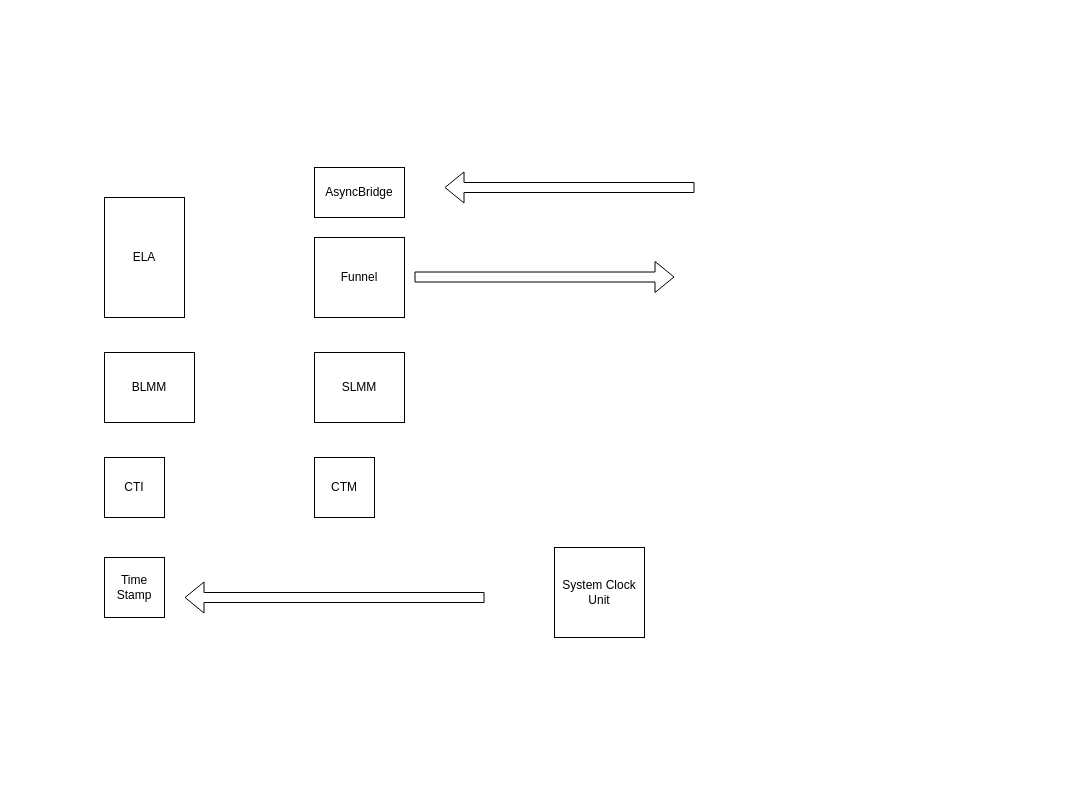
Above: page "Page-7" (7 of 7) of Untitled Diagram.drawio in ASIC-Design/test (draw.io), before the change. Source tidied: cells renumbered, new cells numbered last; positions are measured from the earlier drawing's top-left corner, leaving out a move shared by most shapes. Both pictures are drawn from the tidied source at 100%, with x=0, y=0 at pixel (104, 167).
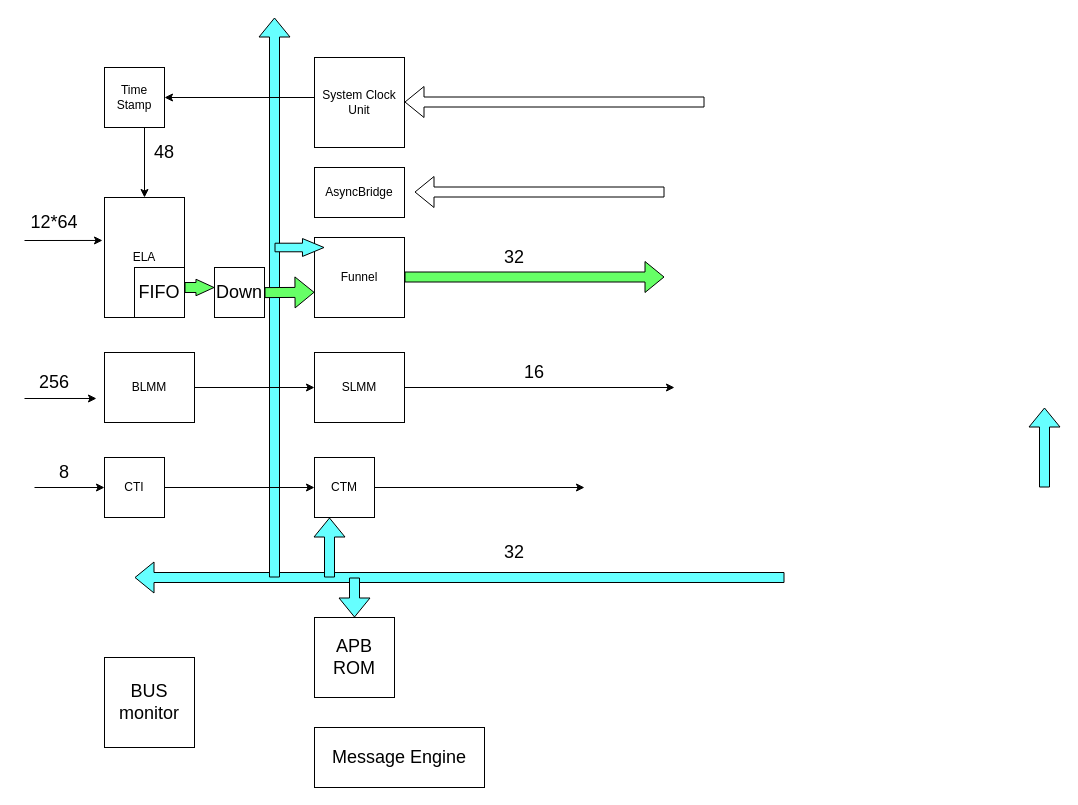
The same diagram, later.

Unchanged cells that the change refers to:
```xml
<mxCell id="2" value="ELA" style="rounded=0;whiteSpace=wrap;html=1;" parent="1" vertex="1">
  <mxGeometry y="30" width="80" height="120" as="geometry" />
</mxCell>
<mxCell id="3" value="BLMM" style="rounded=0;whiteSpace=wrap;html=1;" parent="1" vertex="1">
  <mxGeometry y="185" width="90" height="70" as="geometry" />
</mxCell>
<mxCell id="5" value="SLMM" style="rounded=0;whiteSpace=wrap;html=1;" parent="1" vertex="1">
  <mxGeometry x="210" y="185" width="90" height="70" as="geometry" />
</mxCell>
<mxCell id="6" value="CTI" style="whiteSpace=wrap;html=1;" parent="1" vertex="1">
  <mxGeometry y="290" width="60" height="60" as="geometry" />
</mxCell>
<mxCell id="7" value="CTM" style="whiteSpace=wrap;html=1;" parent="1" vertex="1">
  <mxGeometry x="210" y="290" width="60" height="60" as="geometry" />
</mxCell>
```

Change to the diagram source:
```diff
@@
     <mxCell id="8" style="shape=flexArrow;endArrow=classic;html=1;rounded=0;" parent="1" edge="1">
       <mxGeometry relative="1" as="geometry">
-        <mxPoint x="590" y="20" as="sourcePoint" />
-        <mxPoint x="340" y="20" as="targetPoint" />
+        <mxPoint x="560" y="24.5" as="sourcePoint" />
+        <mxPoint x="310" y="24.5" as="targetPoint" />
       </mxGeometry>
     </mxCell>
-    <mxCell id="9" style="shape=flexArrow;endArrow=classic;html=1;rounded=0;" parent="1" edge="1">
+    <mxCell id="9" style="shape=flexArrow;endArrow=classic;html=1;rounded=0;fillColor=#66FF66;" parent="1" edge="1">
       <mxGeometry relative="1" as="geometry">
-        <mxPoint x="310" y="109.5" as="sourcePoint" />
-        <mxPoint x="570" y="109.5" as="targetPoint" />
+        <mxPoint x="300" y="109.5" as="sourcePoint" />
+        <mxPoint x="560" y="109.5" as="targetPoint" />
       </mxGeometry>
     </mxCell>
@@
     <mxCell id="11" value="Time Stamp" style="whiteSpace=wrap;html=1;" parent="1" vertex="1">
-      <mxGeometry y="390" width="60" height="60" as="geometry" />
+      <mxGeometry y="-100" width="60" height="60" as="geometry" />
     </mxCell>
     <mxCell id="12" style="shape=flexArrow;endArrow=classic;html=1;rounded=0;" parent="1" edge="1">
       <mxGeometry relative="1" as="geometry">
-        <mxPoint x="380" y="430" as="sourcePoint" />
-        <mxPoint x="80" y="430" as="targetPoint" />
+        <mxPoint x="600" y="-65.5" as="sourcePoint" />
+        <mxPoint x="300" y="-65.5" as="targetPoint" />
       </mxGeometry>
     </mxCell>
     <mxCell id="13" value="System Clock Unit" style="whiteSpace=wrap;html=1;" parent="1" vertex="1">
-      <mxGeometry x="450" y="380" width="90" height="90" as="geometry" />
+      <mxGeometry x="210" y="-110" width="90" height="90" as="geometry" />
     </mxCell>
+    <mxCell id="14" value="BUS monitor" style="whiteSpace=wrap;html=1;fontSize=18;" parent="1" vertex="1">
+      <mxGeometry y="490" width="90" height="90" as="geometry" />
+    </mxCell>
+    <mxCell id="15" value="APB ROM" style="whiteSpace=wrap;html=1;fontSize=18;" parent="1" vertex="1">
+      <mxGeometry x="210" y="450" width="80" height="80" as="geometry" />
+    </mxCell>
+    <mxCell id="16" style="shape=flexArrow;endArrow=classic;html=1;rounded=0;fontSize=18;fillColor=#66FFFF;" parent="1" edge="1">
+      <mxGeometry relative="1" as="geometry">
+        <mxPoint x="680" y="410" as="sourcePoint" />
+        <mxPoint x="30" y="410" as="targetPoint" />
+      </mxGeometry>
+    </mxCell>
+    <mxCell id="17" style="shape=flexArrow;endArrow=classic;html=1;rounded=0;fontSize=18;fillColor=#66FFFF;entryX=0.5;entryY=0;entryDx=0;entryDy=0;" parent="1" edge="1" target="15">
+      <mxGeometry relative="1" as="geometry">
+        <mxPoint x="250" y="410" as="sourcePoint" />
+      </mxGeometry>
+    </mxCell>
+    <mxCell id="18" style="shape=flexArrow;endArrow=classic;html=1;rounded=0;fontSize=18;fillColor=#66FFFF;" parent="1" edge="1">
+      <mxGeometry relative="1" as="geometry">
+        <mxPoint x="170" y="410" as="sourcePoint" />
+        <mxPoint x="170" y="-150" as="targetPoint" />
+      </mxGeometry>
+    </mxCell>
+    <mxCell id="19" style="shape=flexArrow;endArrow=classic;html=1;rounded=0;fontSize=18;fillColor=#66FFFF;entryX=0.25;entryY=1;entryDx=0;entryDy=0;" parent="1" edge="1" target="7">
+      <mxGeometry relative="1" as="geometry">
+        <mxPoint x="225" y="410" as="sourcePoint" />
+      </mxGeometry>
+    </mxCell>
+    <mxCell id="20" style="shape=flexArrow;endArrow=classic;html=1;rounded=0;fontSize=18;fillColor=#66FFFF;width=8.571428571428571;endSize=6.8428571428571425;endWidth=8.299319727891158;" parent="1" edge="1">
+      <mxGeometry relative="1" as="geometry">
+        <mxPoint x="170" y="80" as="sourcePoint" />
+        <mxPoint x="220" y="80" as="targetPoint" />
+      </mxGeometry>
+    </mxCell>
+    <mxCell id="21" style="shape=flexArrow;endArrow=classic;html=1;rounded=0;fontSize=18;fillColor=#66FFFF;" parent="1" edge="1">
+      <mxGeometry relative="1" as="geometry">
+        <mxPoint x="940" y="320" as="sourcePoint" />
+        <mxPoint x="940" y="240" as="targetPoint" />
+      </mxGeometry>
+    </mxCell>
+    <mxCell id="22" style="endArrow=classic;html=1;rounded=0;fontSize=18;fillColor=#66FF66;exitX=1;exitY=0.5;exitDx=0;exitDy=0;" parent="1" edge="1" source="3">
+      <mxGeometry relative="1" as="geometry">
+        <mxPoint x="210" y="220" as="targetPoint" />
+      </mxGeometry>
+    </mxCell>
+    <mxCell id="23" style="endArrow=classic;html=1;rounded=0;fontSize=18;fillColor=#66FF66;entryX=-0.089;entryY=0.657;entryDx=0;entryDy=0;entryPerimeter=0;" parent="1" edge="1" target="3">
+      <mxGeometry relative="1" as="geometry">
+        <mxPoint x="-80" y="231" as="sourcePoint" />
+      </mxGeometry>
+    </mxCell>
+    <mxCell id="24" style="endArrow=classic;html=1;rounded=0;fontSize=18;fillColor=#66FF66;exitX=1;exitY=0.5;exitDx=0;exitDy=0;" parent="1" edge="1" source="5">
+      <mxGeometry relative="1" as="geometry">
+        <mxPoint x="570" y="220" as="targetPoint" />
+      </mxGeometry>
+    </mxCell>
+    <mxCell id="25" style="endArrow=classic;html=1;rounded=0;fontSize=18;fillColor=#66FF66;entryX=1;entryY=0.5;entryDx=0;entryDy=0;" parent="1" edge="1" target="11">
+      <mxGeometry relative="1" as="geometry">
+        <mxPoint x="210" y="-70" as="sourcePoint" />
+      </mxGeometry>
+    </mxCell>
+    <mxCell id="26" style="endArrow=classic;html=1;rounded=0;fontSize=18;fillColor=#66FF66;entryX=0.5;entryY=0;entryDx=0;entryDy=0;" parent="1" edge="1" target="2">
+      <mxGeometry relative="1" as="geometry">
+        <mxPoint x="40" y="-40" as="sourcePoint" />
+      </mxGeometry>
+    </mxCell>
+    <mxCell id="27" style="endArrow=classic;html=1;rounded=0;fontSize=18;fillColor=#66FF66;entryX=-0.025;entryY=0.358;entryDx=0;entryDy=0;entryPerimeter=0;" parent="1" edge="1" target="2">
+      <mxGeometry relative="1" as="geometry">
+        <mxPoint x="-80" y="73" as="sourcePoint" />
+      </mxGeometry>
+    </mxCell>
+    <mxCell id="28" value="256" style="text;html=1;strokeColor=none;fillColor=none;align=center;verticalAlign=middle;whiteSpace=wrap;rounded=0;fontSize=18;" parent="1" vertex="1">
+      <mxGeometry x="-80" y="200" width="60" height="30" as="geometry" />
+    </mxCell>
+    <mxCell id="29" value="16" style="text;html=1;strokeColor=none;fillColor=none;align=center;verticalAlign=middle;whiteSpace=wrap;rounded=0;fontSize=18;" parent="1" vertex="1">
+      <mxGeometry x="400" y="190" width="60" height="30" as="geometry" />
+    </mxCell>
+    <mxCell id="30" value="12*64" style="text;html=1;strokeColor=none;fillColor=none;align=center;verticalAlign=middle;whiteSpace=wrap;rounded=0;fontSize=18;" parent="1" vertex="1">
+      <mxGeometry x="-80" y="40" width="60" height="30" as="geometry" />
+    </mxCell>
+    <mxCell id="31" value="48" style="text;html=1;strokeColor=none;fillColor=none;align=center;verticalAlign=middle;whiteSpace=wrap;rounded=0;fontSize=18;" parent="1" vertex="1">
+      <mxGeometry x="30" y="-30" width="60" height="30" as="geometry" />
+    </mxCell>
+    <mxCell id="32" value="32" style="text;html=1;strokeColor=none;fillColor=none;align=center;verticalAlign=middle;whiteSpace=wrap;rounded=0;fontSize=18;" parent="1" vertex="1">
+      <mxGeometry x="380" y="75" width="60" height="30" as="geometry" />
+    </mxCell>
+    <mxCell id="33" value="32" style="text;html=1;strokeColor=none;fillColor=none;align=center;verticalAlign=middle;whiteSpace=wrap;rounded=0;fontSize=18;" parent="1" vertex="1">
+      <mxGeometry x="380" y="370" width="60" height="30" as="geometry" />
+    </mxCell>
+    <mxCell id="34" style="endArrow=classic;html=1;rounded=0;fontSize=18;fillColor=#66FF66;entryX=0;entryY=0.5;entryDx=0;entryDy=0;" parent="1" edge="1" target="6">
+      <mxGeometry relative="1" as="geometry">
+        <mxPoint x="-70" y="320" as="sourcePoint" />
+      </mxGeometry>
+    </mxCell>
+    <mxCell id="35" value="8" style="text;html=1;strokeColor=none;fillColor=none;align=center;verticalAlign=middle;whiteSpace=wrap;rounded=0;fontSize=18;" parent="1" vertex="1">
+      <mxGeometry x="-70" y="290" width="60" height="30" as="geometry" />
+    </mxCell>
+    <mxCell id="36" style="endArrow=classic;html=1;rounded=0;fontSize=18;fillColor=#66FF66;entryX=0;entryY=0.5;entryDx=0;entryDy=0;exitX=1;exitY=0.5;exitDx=0;exitDy=0;" parent="1" edge="1" source="6" target="7">
+      <mxGeometry relative="1" as="geometry" />
+    </mxCell>
+    <mxCell id="37" style="endArrow=classic;html=1;rounded=0;fontSize=18;fillColor=#66FF66;exitX=1;exitY=0.5;exitDx=0;exitDy=0;" parent="1" edge="1" source="7">
+      <mxGeometry relative="1" as="geometry">
+        <mxPoint x="480" y="320" as="targetPoint" />
+      </mxGeometry>
+    </mxCell>
+    <mxCell id="38" value="Message Engine" style="rounded=0;whiteSpace=wrap;html=1;fontSize=18;" parent="1" vertex="1">
+      <mxGeometry x="210" y="560" width="170" height="60" as="geometry" />
+    </mxCell>
+    <mxCell id="39" style="shape=flexArrow;endArrow=classic;html=1;rounded=0;fontSize=18;fillColor=#66FF66;endWidth=5.517241379310345;endSize=5.675862068965518;" parent="1" edge="1">
+      <mxGeometry relative="1" as="geometry">
+        <mxPoint x="80" y="120" as="sourcePoint" />
+        <mxPoint x="110" y="120" as="targetPoint" />
+      </mxGeometry>
+    </mxCell>
+    <mxCell id="40" value="Down" style="whiteSpace=wrap;html=1;fontSize=18;" parent="1" vertex="1">
+      <mxGeometry x="110" y="100" width="50" height="50" as="geometry" />
+    </mxCell>
+    <mxCell id="41" style="shape=flexArrow;endArrow=classic;html=1;rounded=0;fontSize=18;fillColor=#66FF66;" parent="1" edge="1">
+      <mxGeometry relative="1" as="geometry">
+        <mxPoint x="160" y="125.1" as="sourcePoint" />
+        <mxPoint x="210" y="124.8" as="targetPoint" />
+      </mxGeometry>
+    </mxCell>
+    <mxCell id="42" value="FIFO" style="whiteSpace=wrap;html=1;fontSize=18;" parent="1" vertex="1">
+      <mxGeometry x="30" y="100" width="50" height="50" as="geometry" />
+    </mxCell>
```
